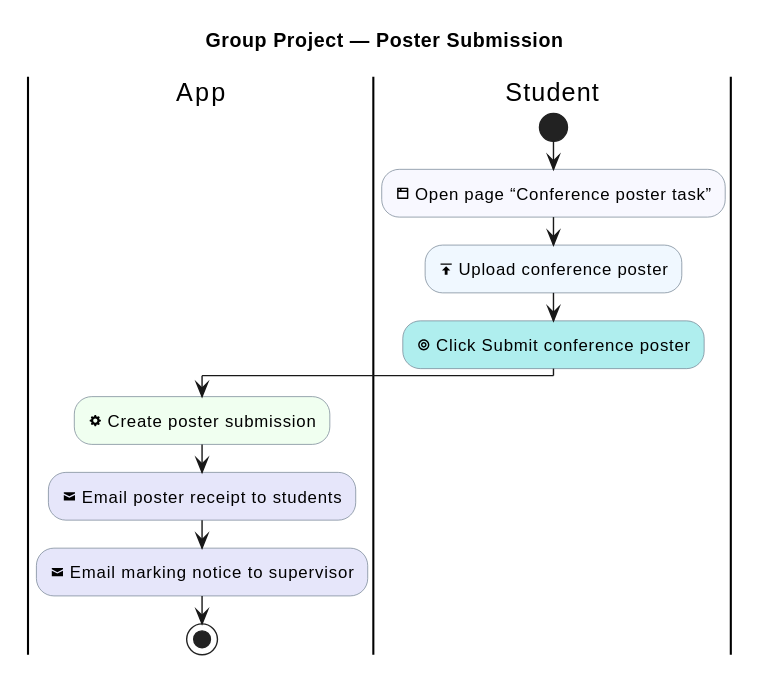
Above: industrial-placement-group-project/diagrams/group-project/poster-submission.svg in sdflkjssl/sdflkjssl.github.io (PlantUML), before the change.
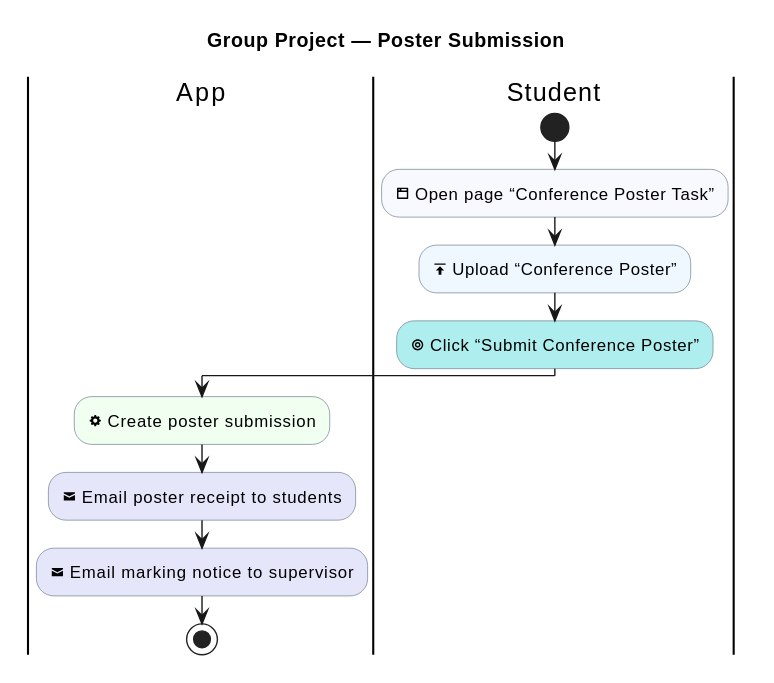
After the commit.

Diff of the diagram source:
```diff
@@ -12,9 +12,9 @@
 
 |Student|
 start
-:<&browser> Open page “Conference poster task”; <<#GhostWhite>>
-:<&data-transfer-upload> Upload conference poster; <<#AliceBlue>>
-:<&target> Click Submit conference poster; <<#PaleTurquoise>>
+:<&browser> Open page “Conference Poster Task”; <<#GhostWhite>>
+:<&data-transfer-upload> Upload “Conference Poster”; <<#AliceBlue>>
+:<&target> Click “Submit Conference Poster”; <<#PaleTurquoise>>
 |App|
 :<&cog> Create poster submission; <<#HoneyDew>>
 :<&envelope-closed> Email poster receipt to students; <<#Lavender>>
```
